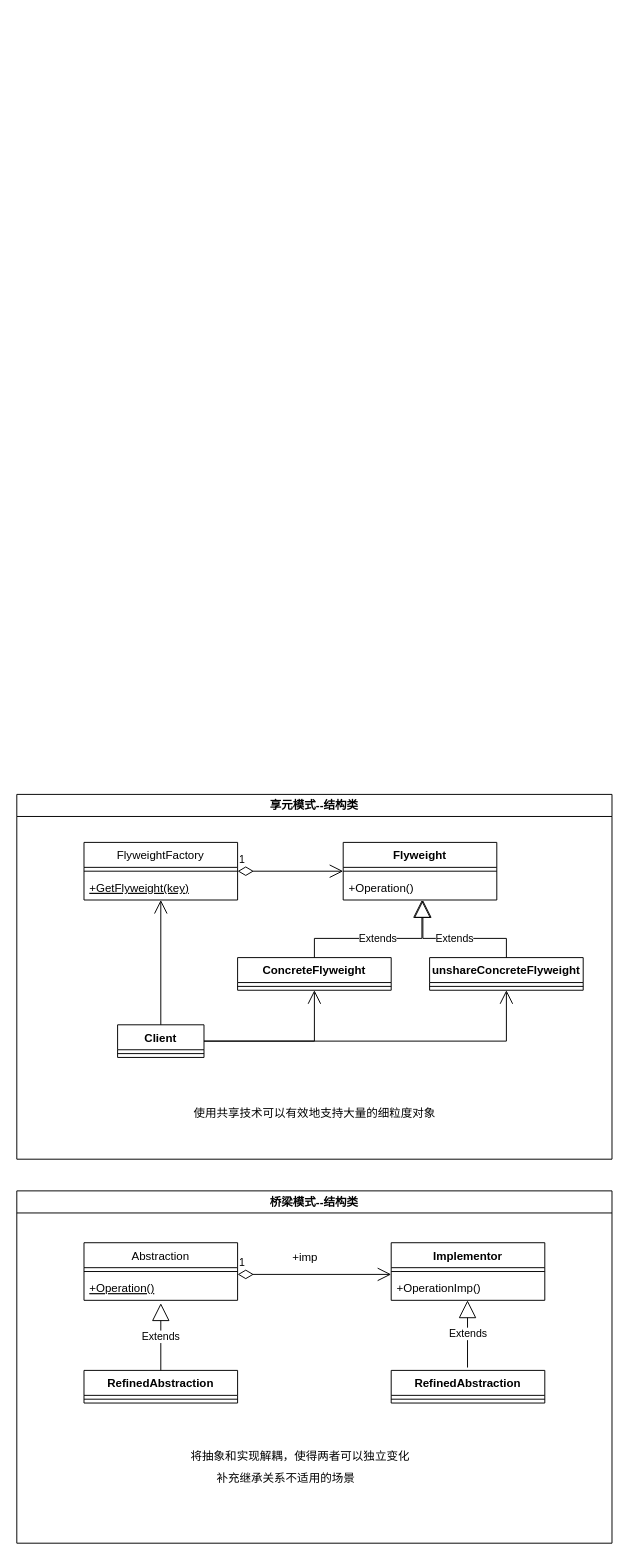
This is 未命名绘图.drawio from mr13478647226/design-patterns, a draw.io file, before an edit. Source tidied: cells renumbered, new cells numbered last; positions are measured from the earlier drawing's top-left corner, leaving out a move shared by most shapes. Both pictures are drawn from the tidied source at 96%, with x=0, y=0 at pixel (16, 794).
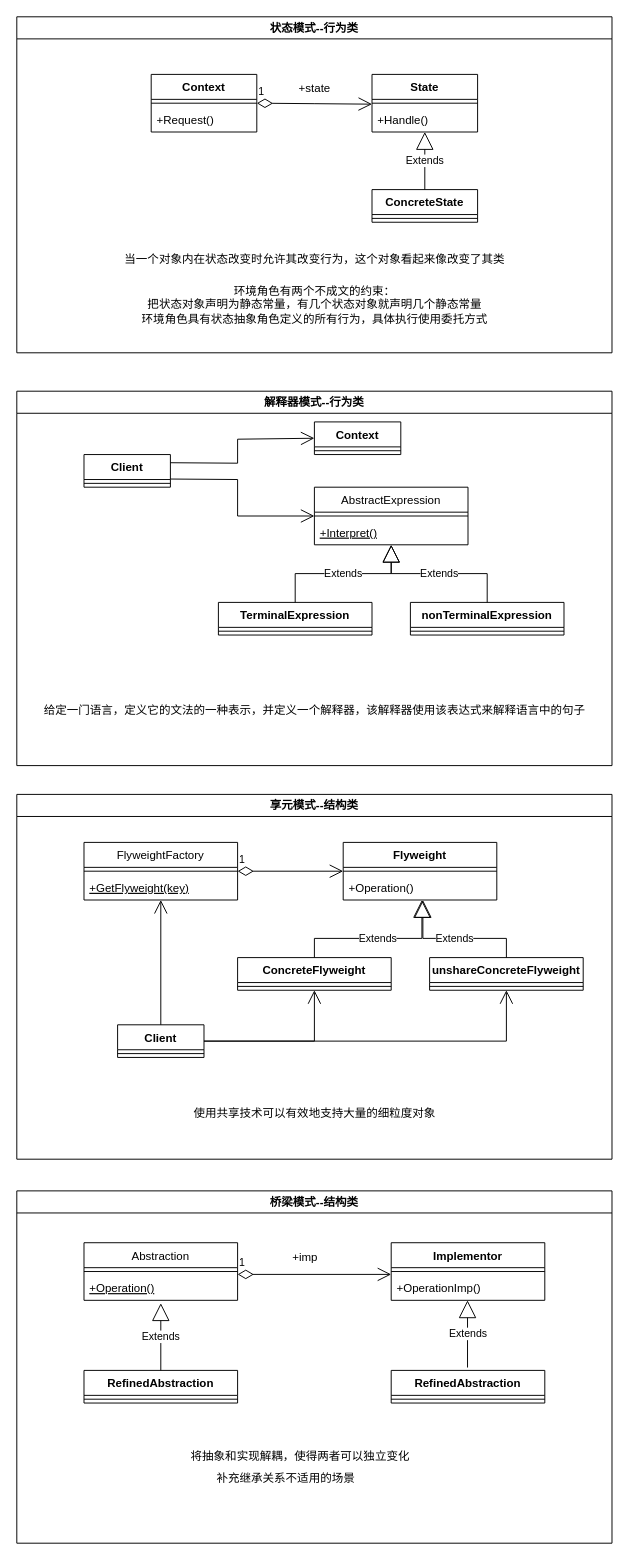
Above is the later version.

Change to the diagram source:
```diff
@@
+    <mxCell id="39" value="解释器模式--行为类" style="swimlane;whiteSpace=wrap;html=1;" parent="1" vertex="1">
+      <mxGeometry y="-420" width="620" height="390" as="geometry" />
+    </mxCell>
+    <mxCell id="40" value="AbstractExpression" style="swimlane;fontStyle=0;align=center;verticalAlign=top;horizontal=1;startSize=26;rounded=0;shadow=0;strokeWidth=1;" parent="39" vertex="1">
+      <mxGeometry x="310" y="100" width="160" height="60" as="geometry" />
+    </mxCell>
+    <mxCell id="41" style="line;html=1;strokeWidth=1;align=left;verticalAlign=middle;spacingTop=-1;spacingLeft=3;spacingRight=3;labelPosition=right;" parent="40" vertex="1">
+      <mxGeometry y="26" width="160" height="8" as="geometry" />
+    </mxCell>
+    <mxCell id="42" value="+Interpret()" style="text;align=left;verticalAlign=top;spacingLeft=4;spacingRight=4;overflow=hidden;fontStyle=4;" parent="40" vertex="1">
+      <mxGeometry y="34" width="160" height="26" as="geometry" />
+    </mxCell>
+    <mxCell id="43" value="TerminalExpression" style="swimlane;fontStyle=1;align=center;verticalAlign=top;horizontal=1;startSize=26;whiteSpace=wrap;html=1;" parent="39" vertex="1">
+      <mxGeometry x="210" y="220" width="160" height="34" as="geometry" />
+    </mxCell>
+    <mxCell id="44" style="line;strokeWidth=1;fillColor=none;align=left;verticalAlign=middle;spacingTop=-1;spacingLeft=3;spacingRight=3;labelPosition=right;strokeColor=inherit;" parent="43" vertex="1">
+      <mxGeometry y="26" width="160" height="8" as="geometry" />
+    </mxCell>
+    <mxCell id="45" value="nonTerminalExpression" style="swimlane;fontStyle=1;align=center;verticalAlign=top;horizontal=1;startSize=26;whiteSpace=wrap;html=1;" parent="39" vertex="1">
+      <mxGeometry x="410" y="220" width="160" height="34" as="geometry" />
+    </mxCell>
+    <mxCell id="46" style="line;strokeWidth=1;fillColor=none;align=left;verticalAlign=middle;spacingTop=-1;spacingLeft=3;spacingRight=3;labelPosition=right;strokeColor=inherit;" parent="45" vertex="1">
+      <mxGeometry y="26" width="160" height="8" as="geometry" />
+    </mxCell>
+    <mxCell id="47" value="Extends" style="endArrow=block;endSize=16;endFill=0;html=1;rounded=0;exitX=0.5;exitY=0;exitDx=0;exitDy=0;" parent="39" edge="1" source="43">
+      <mxGeometry relative="1" as="geometry">
+        <mxPoint x="390" y="160" as="targetPoint" />
+        <Array as="points">
+          <mxPoint x="290" y="190" />
+          <mxPoint x="390" y="190" />
+        </Array>
+      </mxGeometry>
+    </mxCell>
+    <mxCell id="48" value="Extends" style="endArrow=block;endSize=16;endFill=0;html=1;rounded=0;exitX=0.5;exitY=0;exitDx=0;exitDy=0;" parent="39" edge="1" source="45">
+      <mxGeometry relative="1" as="geometry">
+        <mxPoint x="390" y="160" as="targetPoint" />
+        <Array as="points">
+          <mxPoint x="490" y="190" />
+          <mxPoint x="390" y="190" />
+        </Array>
+      </mxGeometry>
+    </mxCell>
+    <mxCell id="49" value="Client" style="swimlane;fontStyle=1;align=center;verticalAlign=top;horizontal=1;startSize=26;whiteSpace=wrap;html=1;" parent="39" vertex="1">
+      <mxGeometry x="70" y="66" width="90" height="34" as="geometry" />
+    </mxCell>
+    <mxCell id="50" style="line;strokeWidth=1;fillColor=none;align=left;verticalAlign=middle;spacingTop=-1;spacingLeft=3;spacingRight=3;labelPosition=right;strokeColor=inherit;" parent="49" vertex="1">
+      <mxGeometry y="26" width="90" height="8" as="geometry" />
+    </mxCell>
+    <mxCell id="51" value="Context" style="swimlane;fontStyle=1;align=center;verticalAlign=top;horizontal=1;startSize=26;whiteSpace=wrap;html=1;" parent="39" vertex="1">
+      <mxGeometry x="310" y="32" width="90" height="34" as="geometry" />
+    </mxCell>
+    <mxCell id="52" style="line;strokeWidth=1;fillColor=none;align=left;verticalAlign=middle;spacingTop=-1;spacingLeft=3;spacingRight=3;labelPosition=right;strokeColor=inherit;" parent="51" vertex="1">
+      <mxGeometry y="26" width="90" height="8" as="geometry" />
+    </mxCell>
+    <mxCell id="53" style="endArrow=open;endFill=1;endSize=12;html=1;rounded=0;entryX=0;entryY=0.5;entryDx=0;entryDy=0;exitX=1;exitY=0.25;exitDx=0;exitDy=0;" parent="39" edge="1" source="49" target="51">
+      <mxGeometry relative="1" as="geometry">
+        <Array as="points">
+          <mxPoint x="230" y="75" />
+          <mxPoint x="230" y="50" />
+        </Array>
+      </mxGeometry>
+    </mxCell>
+    <mxCell id="54" style="endArrow=open;endFill=1;endSize=12;html=1;rounded=0;entryX=0;entryY=0.5;entryDx=0;entryDy=0;exitX=1;exitY=0.75;exitDx=0;exitDy=0;" parent="39" edge="1" source="49" target="40">
+      <mxGeometry relative="1" as="geometry">
+        <Array as="points">
+          <mxPoint x="230" y="92" />
+          <mxPoint x="230" y="130" />
+        </Array>
+      </mxGeometry>
+    </mxCell>
+    <mxCell id="55" value="给定一门语言，定义它的文法的一种表示，并定义一个解释器，该解释器使用该表达式来解释语言中的句子" style="text;html=1;align=center;verticalAlign=middle;strokeColor=none;fillColor=none;" parent="1" vertex="1">
+      <mxGeometry x="15" y="-102" width="590" height="30" as="geometry" />
+    </mxCell>
+    <mxCell id="56" value="状态模式--行为类" style="swimlane;whiteSpace=wrap;html=1;" parent="1" vertex="1">
+      <mxGeometry y="-810" width="620" height="350" as="geometry" />
+    </mxCell>
+    <mxCell id="57" value="Context" style="swimlane;fontStyle=1;align=center;verticalAlign=top;horizontal=1;startSize=26;whiteSpace=wrap;html=1;" parent="56" vertex="1">
+      <mxGeometry x="140" y="60" width="110" height="60" as="geometry" />
+    </mxCell>
+    <mxCell id="58" style="line;strokeWidth=1;fillColor=none;align=left;verticalAlign=middle;spacingTop=-1;spacingLeft=3;spacingRight=3;labelPosition=right;strokeColor=inherit;" parent="57" vertex="1">
+      <mxGeometry y="26" width="110" height="8" as="geometry" />
+    </mxCell>
+    <mxCell id="59" value="1" style="endArrow=open;html=1;endSize=12;startArrow=diamondThin;startSize=14;startFill=0;edgeStyle=orthogonalEdgeStyle;align=left;verticalAlign=bottom;rounded=0;entryX=0;entryY=0.625;entryDx=0;entryDy=0;entryPerimeter=0;" parent="57" edge="1" target="62">
+      <mxGeometry x="-1" y="3" relative="1" as="geometry">
+        <mxPoint x="110" y="30" as="sourcePoint" />
+      </mxGeometry>
+    </mxCell>
+    <mxCell id="60" value="+Request()" style="text;strokeColor=none;fillColor=none;align=left;verticalAlign=top;spacingLeft=4;spacingRight=4;overflow=hidden;whiteSpace=wrap;html=1;" parent="57" vertex="1">
+      <mxGeometry y="34" width="110" height="26" as="geometry" />
+    </mxCell>
+    <mxCell id="61" value="State" style="swimlane;fontStyle=1;align=center;verticalAlign=top;horizontal=1;startSize=26;whiteSpace=wrap;html=1;" parent="56" vertex="1">
+      <mxGeometry x="370" y="60" width="110" height="60" as="geometry" />
+    </mxCell>
+    <mxCell id="62" style="line;strokeWidth=1;fillColor=none;align=left;verticalAlign=middle;spacingTop=-1;spacingLeft=3;spacingRight=3;labelPosition=right;points=[];portConstraint=eastwest;strokeColor=inherit;" parent="61" vertex="1">
+      <mxGeometry y="26" width="110" height="8" as="geometry" />
+    </mxCell>
+    <mxCell id="63" value="+Handle()" style="text;strokeColor=none;fillColor=none;align=left;verticalAlign=top;spacingLeft=4;spacingRight=4;overflow=hidden;whiteSpace=wrap;html=1;" parent="61" vertex="1">
+      <mxGeometry y="34" width="110" height="26" as="geometry" />
+    </mxCell>
+    <mxCell id="64" value="ConcreteState" style="swimlane;fontStyle=1;align=center;verticalAlign=top;horizontal=1;startSize=26;whiteSpace=wrap;html=1;" parent="56" vertex="1">
+      <mxGeometry x="370" y="180" width="110" height="34" as="geometry" />
+    </mxCell>
+    <mxCell id="65" style="line;strokeWidth=1;fillColor=none;align=left;verticalAlign=middle;spacingTop=-1;spacingLeft=3;spacingRight=3;labelPosition=right;strokeColor=inherit;" parent="64" vertex="1">
+      <mxGeometry y="26" width="110" height="8" as="geometry" />
+    </mxCell>
+    <mxCell id="66" value="+state" style="text;html=1;align=center;verticalAlign=middle;strokeColor=none;fillColor=none;" parent="56" vertex="1">
+      <mxGeometry x="280" y="60" width="60" height="30" as="geometry" />
+    </mxCell>
+    <mxCell id="67" value="Extends" style="endArrow=block;endSize=16;endFill=0;html=1;rounded=0;exitX=0.5;exitY=0;exitDx=0;exitDy=0;" parent="56" edge="1" source="64">
+      <mxGeometry relative="1" as="geometry">
+        <mxPoint x="425" y="120" as="targetPoint" />
+      </mxGeometry>
+    </mxCell>
+    <mxCell id="68" value="当一个对象内在状态改变时允许其改变行为，这个对象看起来像改变了其类" style="text;html=1;align=center;verticalAlign=middle;strokeColor=none;fillColor=none;" parent="56" vertex="1">
+      <mxGeometry x="100" y="238" width="420" height="30" as="geometry" />
+    </mxCell>
+    <mxCell id="69" value="环境角色有两个不成文的约束：&lt;br&gt;把状态对象声明为静态常量，有几个状态对象就声明几个静态常量&lt;br&gt;环境角色具有状态抽象角色定义的所有行为，具体执行使用委托方式" style="text;html=1;align=center;verticalAlign=middle;strokeColor=none;fillColor=none;" parent="56" vertex="1">
+      <mxGeometry x="120" y="270" width="380" height="60" as="geometry" />
+    </mxCell>
```
